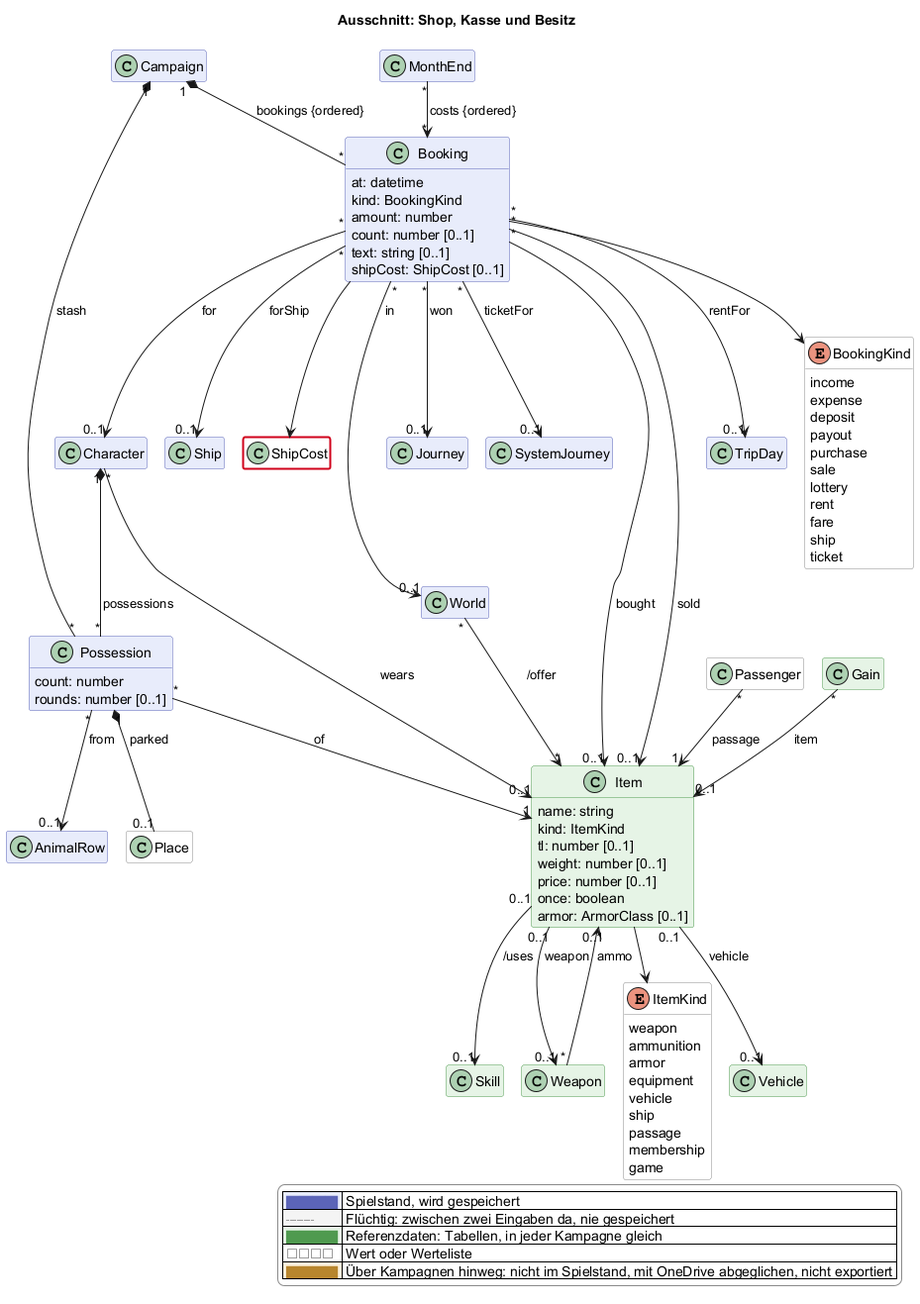
The PlantUML diagram docs/views/shop.png in scuzzar/SRE, before a commit.
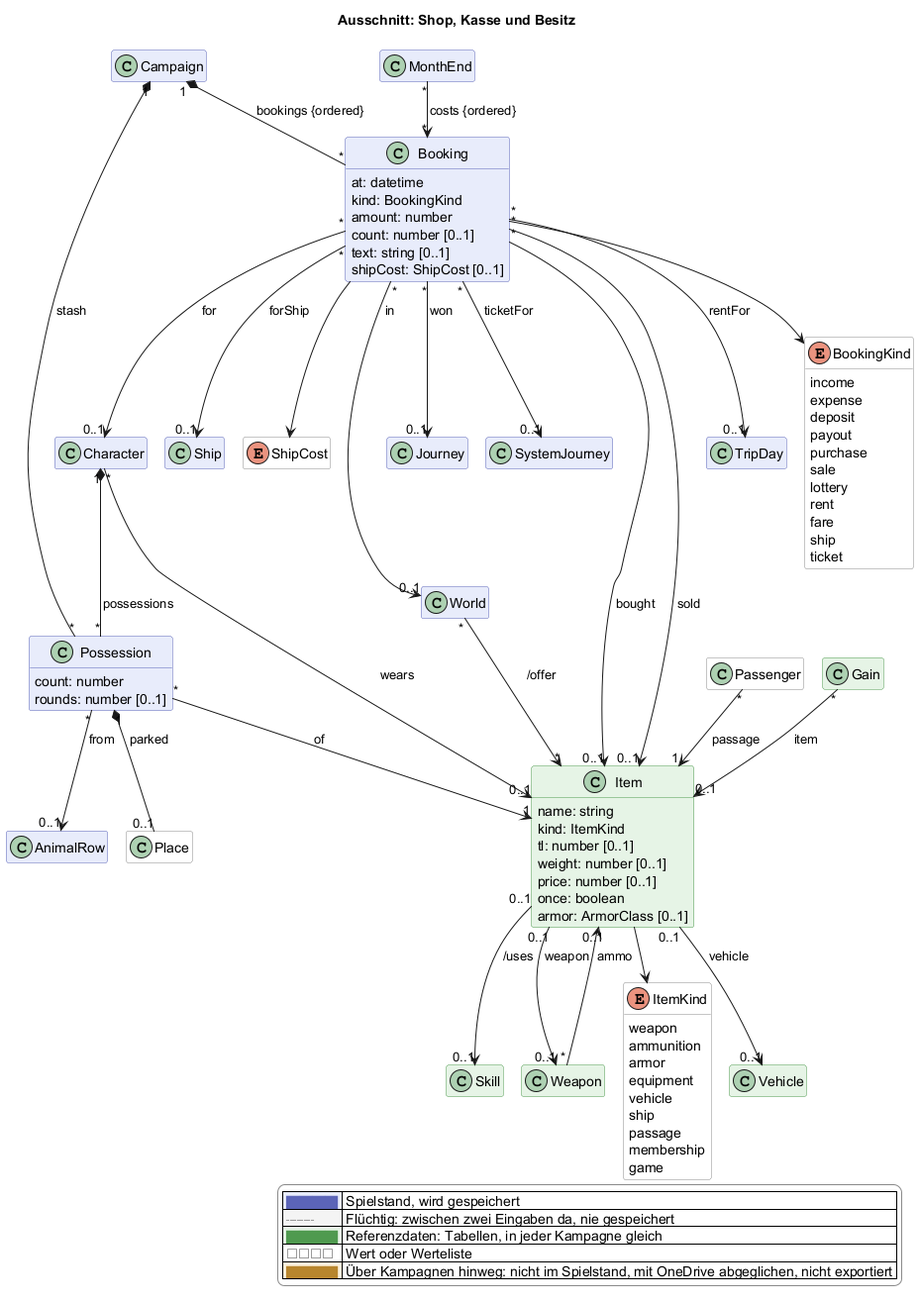
The same file after the commit.

Diff of the diagram source:
```diff
@@ -188,5 +188,4 @@
   |<#ffffff> <color:#8a8a8a>□□□□</color> | Wert oder Werteliste |
   |<#fdf1dc> <color:#b8862e>████</color> | Über Kampagnen hinweg: nicht im Spielstand, mit OneDrive abgeglichen, nicht exportiert |
 endlegend
-class ShipCost #line:d0021b;line.bold
 @enduml
```
